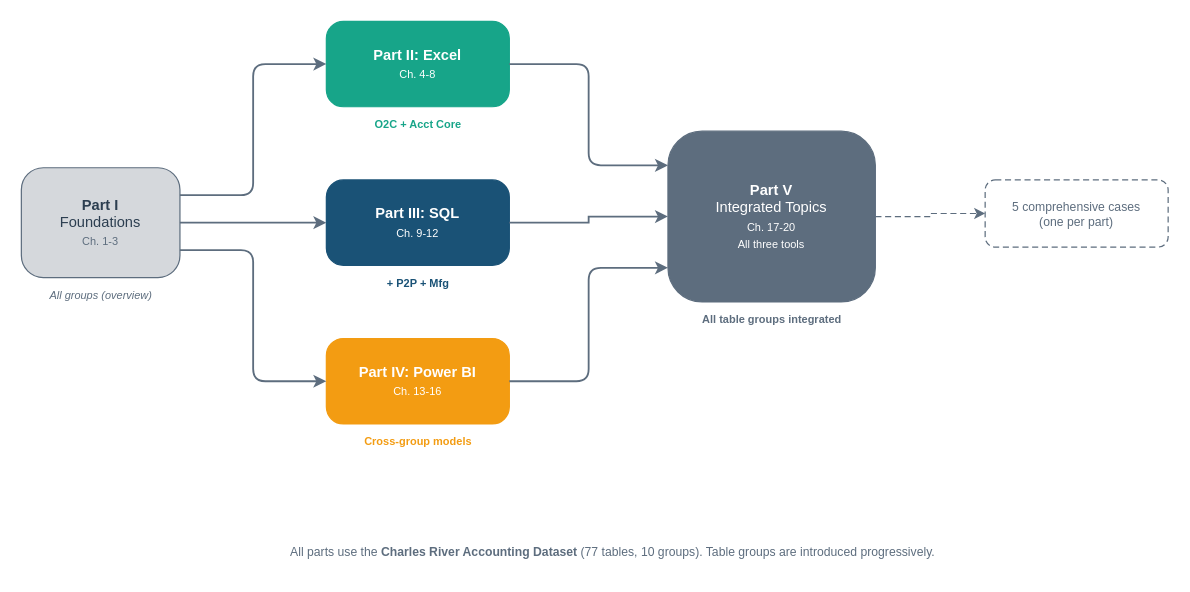
Before: visuals/src/fig-01-08-book-organization-map.drawio in mmcodesso/Accounting_Analytics_Book, a draw.io diagram. Source tidied: cells renumbered, new cells numbered last; positions are measured from the earlier drawing's top-left corner, leaving out a move shared by most shapes. Both pictures are drawn from the tidied source at 122%, with x=0, y=0 at pixel (21, 21).
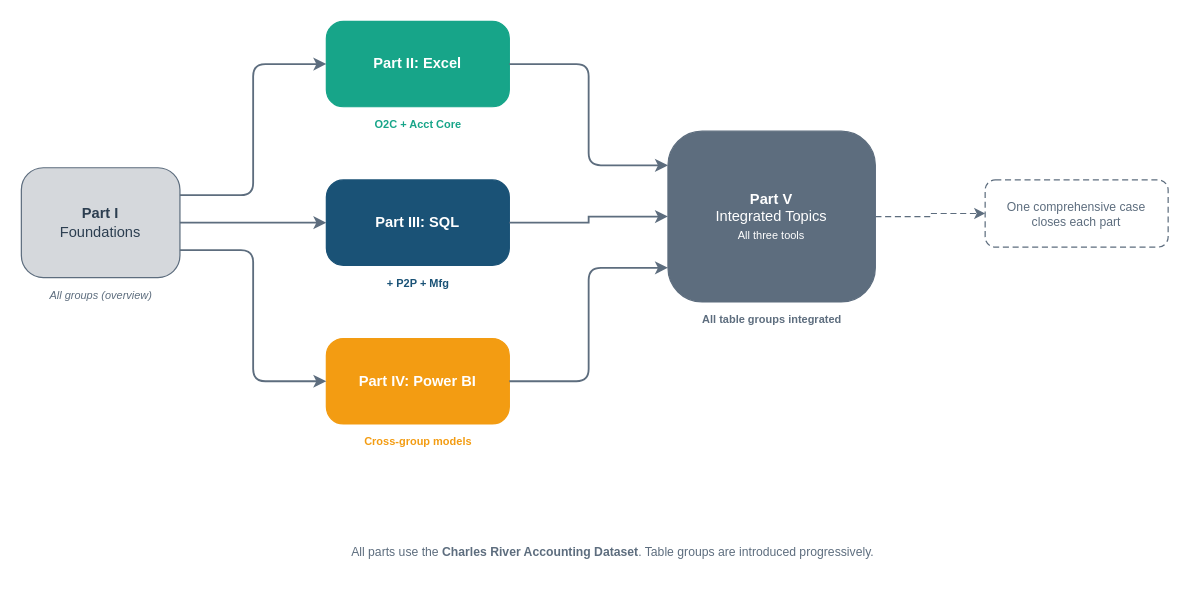
Above is the later version.

The edit, as a diff of the source:
```diff
@@
-    <mxCell id="2" value="&lt;b&gt;Part I&lt;/b&gt;&lt;br&gt;Foundations&lt;br&gt;&lt;font style='font-size:9px;color:#5D6D7E'&gt;Ch. 1-3&lt;/font&gt;" style="rounded=1;whiteSpace=wrap;html=1;fillColor=#D5D8DC;fontColor=#2C3E50;strokeColor=#5D6D7E;fontSize=12;fontFamily=Arial;arcSize=20;verticalAlign=middle;" parent="1" vertex="1">
+    <mxCell id="2" value="&lt;b&gt;Part I&lt;/b&gt;&lt;br&gt;Foundations" style="rounded=1;whiteSpace=wrap;html=1;fillColor=#D5D8DC;fontColor=#2C3E50;strokeColor=#5D6D7E;fontSize=12;fontFamily=Arial;arcSize=20;verticalAlign=middle;" parent="1" vertex="1">
       <mxGeometry y="120" width="130" height="90" as="geometry" />
     </mxCell>
@@
-    <mxCell id="4" value="&lt;b&gt;Part II: Excel&lt;/b&gt;&lt;br&gt;&lt;font style='font-size:9px;color:#FFFFFF'&gt;Ch. 4-8&lt;/font&gt;" style="rounded=1;whiteSpace=wrap;html=1;fillColor=#17A589;fontColor=#FFFFFF;strokeColor=#17A589;fontSize=12;fontFamily=Arial;arcSize=20;verticalAlign=middle;" parent="1" vertex="1">
+    <mxCell id="4" value="&lt;b&gt;Part II: Excel&lt;/b&gt;" style="rounded=1;whiteSpace=wrap;html=1;fillColor=#17A589;fontColor=#FFFFFF;strokeColor=#17A589;fontSize=12;fontFamily=Arial;arcSize=20;verticalAlign=middle;" parent="1" vertex="1">
       <mxGeometry x="250" width="150" height="70" as="geometry" />
     </mxCell>
@@
-    <mxCell id="6" value="&lt;b&gt;Part III: SQL&lt;/b&gt;&lt;br&gt;&lt;font style='font-size:9px;color:#FFFFFF'&gt;Ch. 9-12&lt;/font&gt;" style="rounded=1;whiteSpace=wrap;html=1;fillColor=#1A5276;fontColor=#FFFFFF;strokeColor=#1A5276;fontSize=12;fontFamily=Arial;arcSize=20;verticalAlign=middle;" parent="1" vertex="1">
+    <mxCell id="6" value="&lt;b&gt;Part III: SQL&lt;/b&gt;" style="rounded=1;whiteSpace=wrap;html=1;fillColor=#1A5276;fontColor=#FFFFFF;strokeColor=#1A5276;fontSize=12;fontFamily=Arial;arcSize=20;verticalAlign=middle;" parent="1" vertex="1">
       <mxGeometry x="250" y="130" width="150" height="70" as="geometry" />
     </mxCell>
@@
-    <mxCell id="8" value="&lt;b&gt;Part IV: Power BI&lt;/b&gt;&lt;br&gt;&lt;font style='font-size:9px;color:#FFFFFF'&gt;Ch. 13-16&lt;/font&gt;" style="rounded=1;whiteSpace=wrap;html=1;fillColor=#F39C12;fontColor=#FFFFFF;strokeColor=#F39C12;fontSize=12;fontFamily=Arial;arcSize=20;verticalAlign=middle;" parent="1" vertex="1">
+    <mxCell id="8" value="&lt;b&gt;Part IV: Power BI&lt;/b&gt;" style="rounded=1;whiteSpace=wrap;html=1;fillColor=#F39C12;fontColor=#FFFFFF;strokeColor=#F39C12;fontSize=12;fontFamily=Arial;arcSize=20;verticalAlign=middle;" parent="1" vertex="1">
       <mxGeometry x="250" y="260" width="150" height="70" as="geometry" />
     </mxCell>
@@
-    <mxCell id="10" value="&lt;b&gt;Part V&lt;/b&gt;&lt;br&gt;Integrated Topics&lt;br&gt;&lt;font style='font-size:9px;color:#FFFFFF'&gt;Ch. 17-20&lt;br&gt;All three tools&lt;/font&gt;" style="rounded=1;whiteSpace=wrap;html=1;fillColor=#5D6D7E;fontColor=#FFFFFF;strokeColor=#5D6D7E;fontSize=12;fontFamily=Arial;arcSize=20;verticalAlign=middle;" parent="1" vertex="1">
+    <mxCell id="10" value="&lt;b&gt;Part V&lt;/b&gt;&lt;br&gt;Integrated Topics&lt;br&gt;&lt;font style='font-size:9px;color:#FFFFFF'&gt;All three tools&lt;/font&gt;" style="rounded=1;whiteSpace=wrap;html=1;fillColor=#5D6D7E;fontColor=#FFFFFF;strokeColor=#5D6D7E;fontSize=12;fontFamily=Arial;arcSize=20;verticalAlign=middle;" parent="1" vertex="1">
       <mxGeometry x="530" y="90" width="170" height="140" as="geometry" />
     </mxCell>
@@
-    <mxCell id="12" value="5 comprehensive cases&lt;br&gt;(one per part)" style="rounded=1;whiteSpace=wrap;html=1;fillColor=none;fontColor=#5D6D7E;strokeColor=#5D6D7E;fontSize=10;fontFamily=Arial;dashed=1;dashPattern=5 3;verticalAlign=middle;" parent="1" vertex="1">
+    <mxCell id="12" value="One comprehensive case&lt;br&gt;closes each part" style="rounded=1;whiteSpace=wrap;html=1;fillColor=none;fontColor=#5D6D7E;strokeColor=#5D6D7E;fontSize=10;fontFamily=Arial;dashed=1;dashPattern=5 3;verticalAlign=middle;" parent="1" vertex="1">
       <mxGeometry x="790" y="130" width="150" height="55" as="geometry" />
     </mxCell>
@@
-    <mxCell id="20" value="&lt;font style='font-size:10px'&gt;All parts use the &lt;b&gt;Charles River Accounting Dataset&lt;/b&gt; (77 tables, 10 groups). Table groups are introduced progressively.&lt;/font&gt;" style="text;html=1;align=center;verticalAlign=middle;fontColor=#5D6D7E;fontFamily=Arial;whiteSpace=wrap;" parent="1" vertex="1">
+    <mxCell id="20" value="&lt;font style='font-size:10px'&gt;All parts use the &lt;b&gt;Charles River Accounting Dataset&lt;/b&gt;. Table groups are introduced progressively.&lt;/font&gt;" style="text;html=1;align=center;verticalAlign=middle;fontColor=#5D6D7E;fontFamily=Arial;whiteSpace=wrap;" parent="1" vertex="1">
       <mxGeometry x="160" y="420" width="650" height="30" as="geometry" />
     </mxCell>
```
